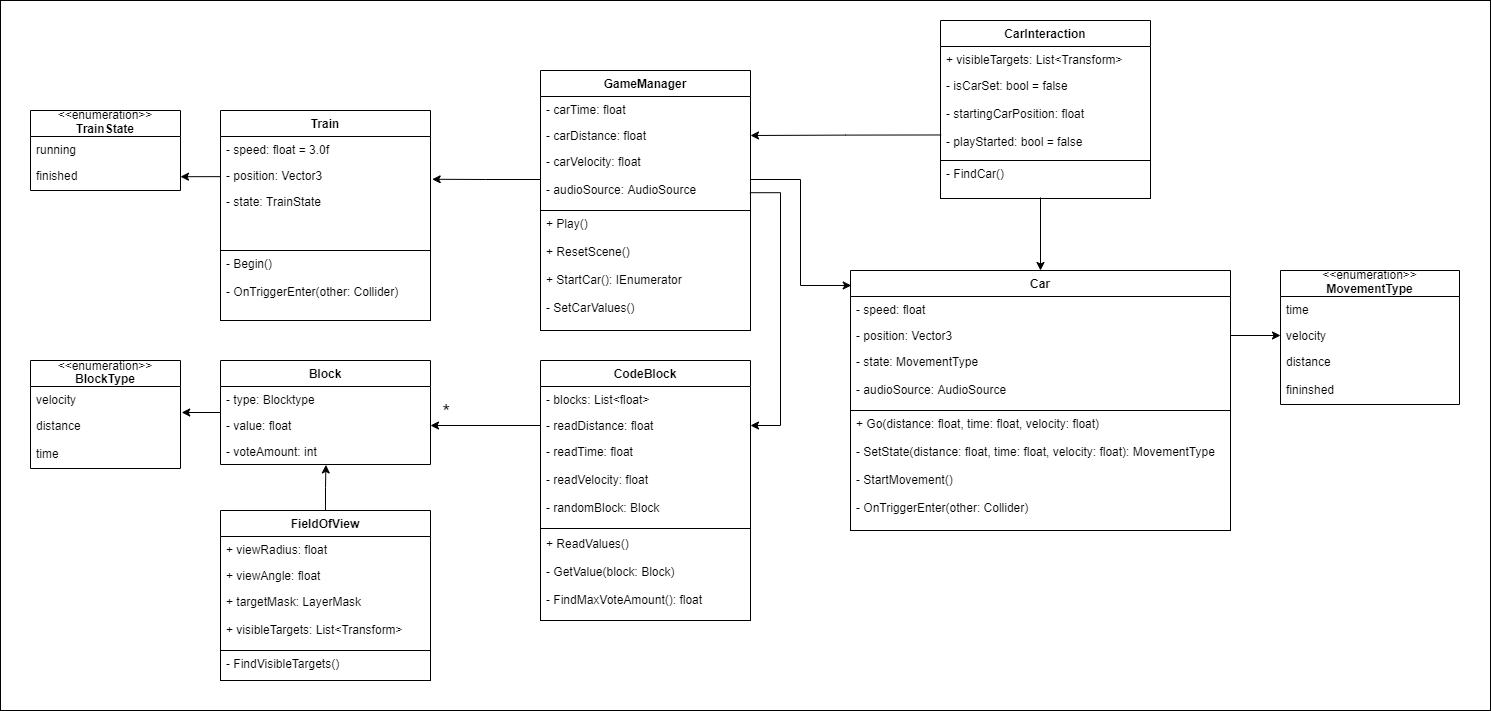
The draw.io diagram ClassDiagram.png in Augmented-teacheR/game_ed, before a commit. Source tidied: cells renumbered, new cells last; positions are measured from the earlier drawing's top-left corner, leaving out a move shared by most shapes.
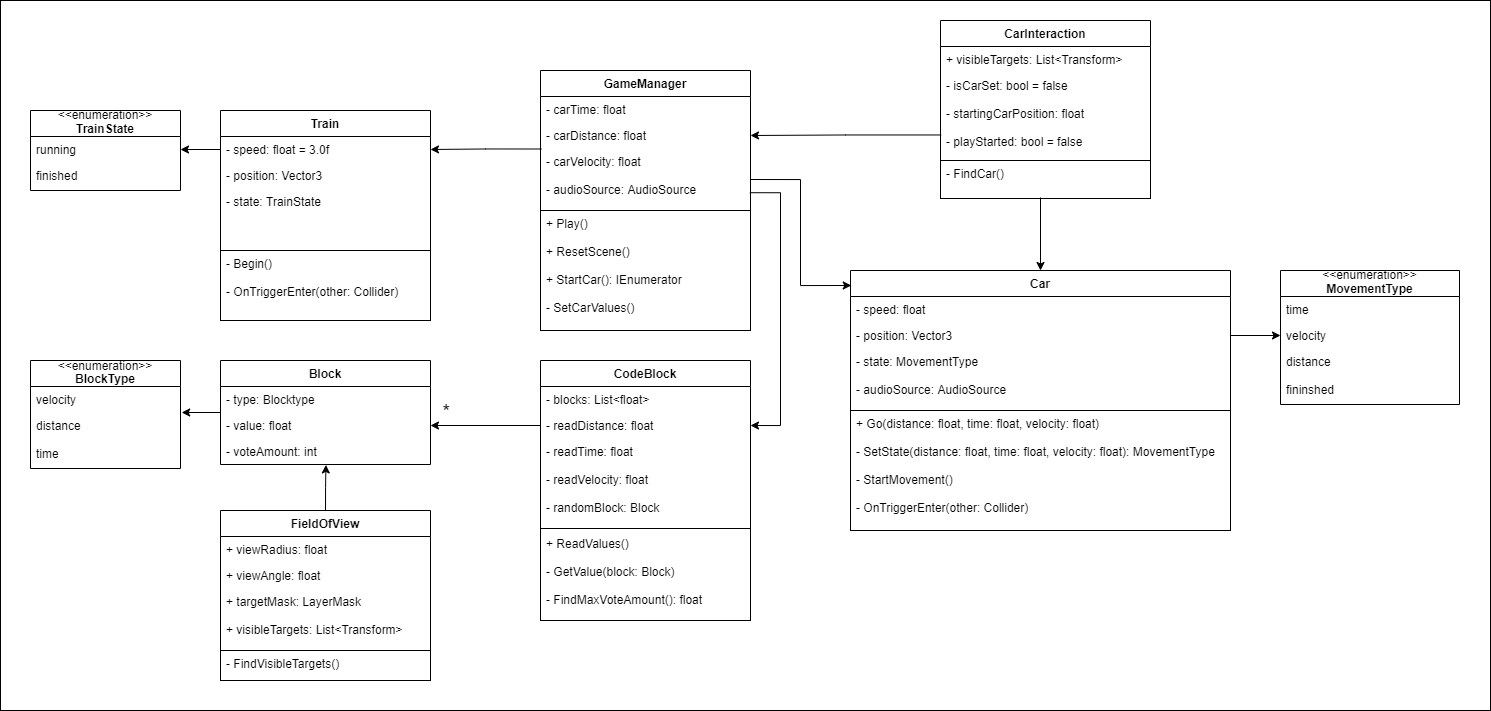
Above is the later version.

Commit message:
adjust diagram

Change to the diagram source:
```diff
@@ -183,10 +183,14 @@
         <mxPoint x="1040" y="197" as="sourcePoint" />
       </mxGeometry>
     </mxCell>
-    <mxCell id="60" style="edgeStyle=orthogonalEdgeStyle;rounded=0;jettySize=auto;html=1;exitX=0;exitY=0.5;exitDx=0;exitDy=0;entryX=1.008;entryY=0.645;entryDx=0;entryDy=0;entryPerimeter=0;" parent="1" edge="1" source="6" target="21">
-      <mxGeometry relative="1" as="geometry" />
+    <mxCell id="60" style="edgeStyle=orthogonalEdgeStyle;rounded=0;jettySize=auto;html=1;exitX=0.004;exitY=0.008;exitDx=0;exitDy=0;entryX=1;entryY=0.5;entryDx=0;entryDy=0;exitPerimeter=0;" parent="1" edge="1" source="6" target="20">
+      <mxGeometry relative="1" as="geometry">
+        <Array as="points">
+          <mxPoint x="485" y="149" />
+        </Array>
+      </mxGeometry>
     </mxCell>
-    <mxCell id="61" style="edgeStyle=orthogonalEdgeStyle;rounded=0;jettySize=auto;html=1;entryX=1;entryY=0.5;entryDx=0;entryDy=0;exitX=-0.002;exitY=0.544;exitDx=0;exitDy=0;exitPerimeter=0;" parent="1" edge="1" source="21" target="27">
+    <mxCell id="61" style="edgeStyle=orthogonalEdgeStyle;rounded=0;jettySize=auto;html=1;entryX=1;entryY=0.5;entryDx=0;entryDy=0;exitX=0;exitY=0.5;exitDx=0;exitDy=0;" parent="1" edge="1" source="20" target="26">
       <mxGeometry relative="1" as="geometry" />
     </mxCell>
     <mxCell id="62" style="edgeStyle=orthogonalEdgeStyle;rounded=0;jettySize=auto;html=1;exitX=0;exitY=0.5;exitDx=0;exitDy=0;entryX=1;entryY=0.5;entryDx=0;entryDy=0;" parent="1" edge="1" source="30" target="37">
```
